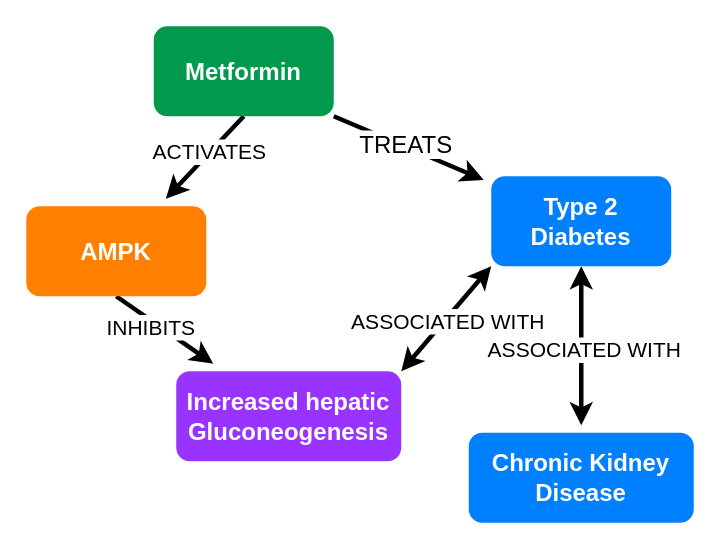
Earlier version of the draw.io diagram page "KG_example" (5 of 5) of presentations/pipeline.drawio (across-stars/draw.io). Source tidied: cells renumbered, new cells numbered last; positions are measured from the earlier drawing's top-left corner, leaving out a move shared by most shapes. Both pictures are drawn from the tidied source at 150%, with x=0, y=0 at pixel (26, 26).
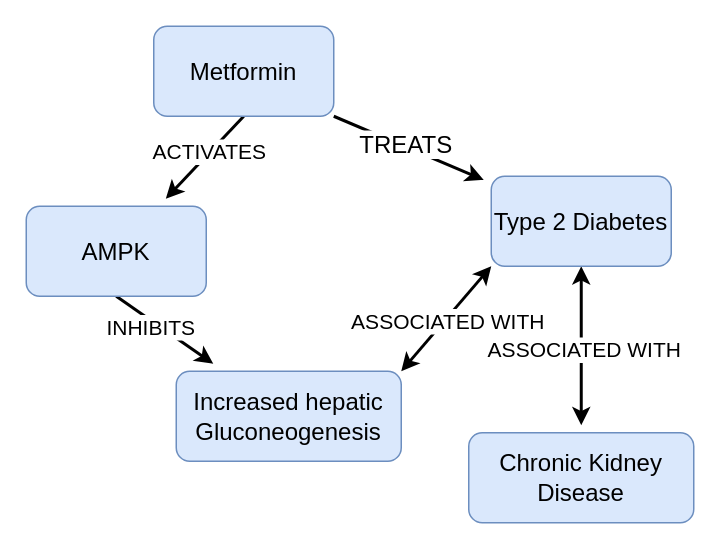
Above is the later version.

Diff of the diagram source:
```diff
@@
 <mxGraphModel>
   <root>
     <mxCell id="0" />
     <mxCell id="1" parent="0" />
-    <mxCell id="2" style="edgeStyle=none;shape=connector;rounded=0;jettySize=auto;html=1;exitX=0.5;exitY=1;exitDx=0;exitDy=0;strokeColor=default;strokeWidth=3;align=center;verticalAlign=middle;fontFamily=Helvetica;fontSize=11;fontColor=default;labelBackgroundColor=default;endArrow=classic;sourcePerimeterSpacing=0;targetPerimeterSpacing=5;" parent="1" edge="1" source="4" target="16">
+    <mxCell id="2" style="edgeStyle=none;shape=connector;rounded=0;jettySize=auto;html=1;exitX=0.5;exitY=1;exitDx=0;exitDy=0;strokeColor=default;strokeWidth=2;align=center;verticalAlign=middle;fontFamily=Helvetica;fontSize=11;fontColor=default;labelBackgroundColor=default;endArrow=classic;sourcePerimeterSpacing=0;targetPerimeterSpacing=5;" parent="1" edge="1" source="4" target="16">
       <mxGeometry relative="1" as="geometry" />
     </mxCell>
     <mxCell id="3" value="&lt;font style=&quot;font-size: 14px;&quot;&gt;INHIBITS&lt;/font&gt;" style="edgeLabel;html=1;align=center;verticalAlign=middle;fontFamily=Helvetica;fontSize=11;fontColor=default;labelBackgroundColor=default;" parent="2" vertex="1">
       <mxGeometry x="-0.31" y="-2" relative="1" as="geometry">
         <mxPoint x="1" y="3" as="offset" />
       </mxGeometry>
     </mxCell>
-    <mxCell id="4" value="&lt;b style=&quot;color: rgb(255, 255, 255);&quot;&gt;&lt;font style=&quot;font-size: 16px;&quot;&gt;AMPK&lt;/font&gt;&lt;/b&gt;" style="rounded=1;whiteSpace=wrap;html=1;fillColor=#FF8000;strokeColor=none;" parent="1" vertex="1">
+    <mxCell id="4" value="&lt;span style=&quot;color: rgb(0, 0, 0);&quot;&gt;&lt;font style=&quot;font-size: 16px;&quot;&gt;AMPK&lt;/font&gt;&lt;/span&gt;" style="rounded=1;whiteSpace=wrap;html=1;fillColor=#dae8fc;strokeColor=#6c8ebf;" parent="1" vertex="1">
       <mxGeometry y="120" width="120" height="60" as="geometry" />
     </mxCell>
-    <mxCell id="5" style="rounded=0;jettySize=auto;html=1;exitX=0.5;exitY=1;exitDx=0;exitDy=0;strokeWidth=3;sourcePerimeterSpacing=0;targetPerimeterSpacing=5;" parent="1" edge="1" source="9" target="4">
+    <mxCell id="5" style="rounded=0;jettySize=auto;html=1;exitX=0.5;exitY=1;exitDx=0;exitDy=0;strokeWidth=2;sourcePerimeterSpacing=0;targetPerimeterSpacing=5;" parent="1" edge="1" source="9" target="4">
       <mxGeometry relative="1" as="geometry" />
     </mxCell>
     <mxCell id="6" value="&lt;font style=&quot;font-size: 14px;&quot;&gt;ACTIVATES&lt;/font&gt;" style="edgeLabel;html=1;align=center;verticalAlign=middle;fontFamily=Helvetica;fontSize=11;fontColor=default;labelBackgroundColor=default;" parent="5" vertex="1">
       <mxGeometry x="-0.1" relative="1" as="geometry">
         <mxPoint y="-1" as="offset" />
       </mxGeometry>
     </mxCell>
-    <mxCell id="7" style="edgeStyle=none;shape=connector;rounded=0;jettySize=auto;html=1;exitX=1;exitY=1;exitDx=0;exitDy=0;strokeColor=default;strokeWidth=3;align=center;verticalAlign=middle;fontFamily=Helvetica;fontSize=11;fontColor=default;labelBackgroundColor=default;endArrow=classic;sourcePerimeterSpacing=0;targetPerimeterSpacing=5;" parent="1" edge="1" source="9" target="12">
+    <mxCell id="7" style="edgeStyle=none;shape=connector;rounded=0;jettySize=auto;html=1;exitX=1;exitY=1;exitDx=0;exitDy=0;strokeColor=default;strokeWidth=2;align=center;verticalAlign=middle;fontFamily=Helvetica;fontSize=11;fontColor=default;labelBackgroundColor=default;endArrow=classic;sourcePerimeterSpacing=0;targetPerimeterSpacing=5;jumpSize=6;" parent="1" edge="1" source="9" target="12">
       <mxGeometry relative="1" as="geometry" />
     </mxCell>
     <mxCell id="8" value="&lt;font style=&quot;font-size: 16px;&quot;&gt;TREATS&lt;/font&gt;" style="edgeLabel;html=1;align=center;verticalAlign=middle;fontFamily=Helvetica;fontSize=11;fontColor=default;labelBackgroundColor=default;" parent="7" vertex="1">
       <mxGeometry x="0.14" y="1" relative="1" as="geometry">
         <mxPoint x="-10" y="-5" as="offset" />
       </mxGeometry>
     </mxCell>
-    <mxCell id="9" value="&lt;b style=&quot;color: rgb(255, 255, 255);&quot;&gt;&lt;font style=&quot;font-size: 16px;&quot;&gt;Metformin&lt;/font&gt;&lt;/b&gt;" style="rounded=1;whiteSpace=wrap;html=1;fillColor=#00994D;strokeColor=none;" parent="1" vertex="1">
+    <mxCell id="9" value="&lt;span style=&quot;color: rgb(0, 0, 0);&quot;&gt;&lt;font style=&quot;font-size: 16px;&quot;&gt;Metformin&lt;/font&gt;&lt;/span&gt;" style="rounded=1;whiteSpace=wrap;html=1;fillColor=#dae8fc;strokeColor=#6c8ebf;" parent="1" vertex="1">
       <mxGeometry x="85" width="120" height="60" as="geometry" />
     </mxCell>
-    <mxCell id="10" style="edgeStyle=none;shape=connector;rounded=0;jettySize=auto;html=1;exitX=0.5;exitY=1;exitDx=0;exitDy=0;strokeColor=default;strokeWidth=3;align=center;verticalAlign=middle;fontFamily=Helvetica;fontSize=11;fontColor=default;labelBackgroundColor=default;endArrow=classic;sourcePerimeterSpacing=0;targetPerimeterSpacing=5;startArrow=classic;startFill=1;" parent="1" edge="1" source="12" target="13">
+    <mxCell id="10" style="edgeStyle=none;shape=connector;rounded=0;jettySize=auto;html=1;exitX=0.5;exitY=1;exitDx=0;exitDy=0;strokeColor=default;strokeWidth=2;align=center;verticalAlign=middle;fontFamily=Helvetica;fontSize=11;fontColor=default;labelBackgroundColor=default;endArrow=classic;sourcePerimeterSpacing=0;targetPerimeterSpacing=5;startArrow=classic;startFill=1;" parent="1" edge="1" source="12" target="13">
       <mxGeometry relative="1" as="geometry" />
     </mxCell>
     <mxCell id="11" value="&lt;font style=&quot;font-size: 14px;&quot;&gt;ASSOCIATED WITH&lt;/font&gt;" style="edgeLabel;html=1;align=center;verticalAlign=middle;fontFamily=Helvetica;fontSize=11;fontColor=default;labelBackgroundColor=default;" parent="10" vertex="1">
       <mxGeometry x="-0.16" y="1" relative="1" as="geometry">
         <mxPoint y="10" as="offset" />
       </mxGeometry>
     </mxCell>
-    <mxCell id="12" value="&lt;b style=&quot;color: rgb(255, 255, 255);&quot;&gt;&lt;font style=&quot;font-size: 16px;&quot;&gt;Type 2 Diabetes&lt;/font&gt;&lt;/b&gt;" style="rounded=1;whiteSpace=wrap;html=1;fillColor=#007FFF;strokeColor=none;" parent="1" vertex="1">
+    <mxCell id="12" value="&lt;span style=&quot;color: rgb(0, 0, 0);&quot;&gt;&lt;font style=&quot;font-size: 16px;&quot;&gt;Type 2 Diabetes&lt;/font&gt;&lt;/span&gt;" style="rounded=1;whiteSpace=wrap;html=1;fillColor=#dae8fc;strokeColor=#6c8ebf;" parent="1" vertex="1">
       <mxGeometry x="310" y="100" width="120" height="60" as="geometry" />
     </mxCell>
-    <mxCell id="13" value="&lt;b style=&quot;color: rgb(255, 255, 255);&quot;&gt;&lt;font style=&quot;font-size: 16px;&quot;&gt;Chronic Kidney Disease&lt;/font&gt;&lt;/b&gt;" style="rounded=1;whiteSpace=wrap;html=1;fillColor=#007FFF;strokeColor=none;" parent="1" vertex="1">
+    <mxCell id="13" value="&lt;span style=&quot;color: rgb(0, 0, 0);&quot;&gt;&lt;font style=&quot;font-size: 16px;&quot;&gt;Chronic Kidney Disease&lt;/font&gt;&lt;/span&gt;" style="rounded=1;whiteSpace=wrap;html=1;fillColor=#dae8fc;strokeColor=#6c8ebf;" parent="1" vertex="1">
       <mxGeometry x="295" y="271" width="150" height="60" as="geometry" />
     </mxCell>
-    <mxCell id="14" style="edgeStyle=none;shape=connector;rounded=0;jettySize=auto;html=1;exitX=1;exitY=0;exitDx=0;exitDy=0;entryX=0;entryY=1;entryDx=0;entryDy=0;strokeColor=default;strokeWidth=3;align=center;verticalAlign=middle;fontFamily=Helvetica;fontSize=11;fontColor=default;labelBackgroundColor=default;endArrow=classic;sourcePerimeterSpacing=0;targetPerimeterSpacing=5;startArrow=classic;startFill=1;" parent="1" edge="1" source="16" target="12">
+    <mxCell id="14" style="edgeStyle=none;shape=connector;rounded=0;jettySize=auto;html=1;exitX=1;exitY=0;exitDx=0;exitDy=0;entryX=0;entryY=1;entryDx=0;entryDy=0;strokeColor=default;strokeWidth=2;align=center;verticalAlign=middle;fontFamily=Helvetica;fontSize=11;fontColor=default;labelBackgroundColor=default;endArrow=classic;sourcePerimeterSpacing=0;targetPerimeterSpacing=5;startArrow=classic;startFill=1;" parent="1" edge="1" source="16" target="12">
       <mxGeometry relative="1" as="geometry" />
     </mxCell>
     <mxCell id="15" value="&lt;span style=&quot;font-size: 14px;&quot;&gt;ASSOCIATED WITH&lt;/span&gt;" style="edgeLabel;html=1;align=center;verticalAlign=middle;fontFamily=Helvetica;fontSize=11;fontColor=default;labelBackgroundColor=default;" parent="14" vertex="1">
       <mxGeometry x="-0.02" y="-1" relative="1" as="geometry" />
     </mxCell>
-    <mxCell id="16" value="&lt;div&gt;&lt;b style=&quot;color: rgb(255, 255, 255);&quot;&gt;&lt;font style=&quot;font-size: 16px;&quot;&gt;Increased hepatic&lt;/font&gt;&lt;/b&gt;&lt;/div&gt;&lt;b style=&quot;color: rgb(255, 255, 255);&quot;&gt;&lt;font style=&quot;font-size: 16px;&quot;&gt;Gluconeogenesis&lt;/font&gt;&lt;/b&gt;" style="rounded=1;whiteSpace=wrap;html=1;fillColor=#9933FF;strokeColor=none;" parent="1" vertex="1">
+    <mxCell id="16" value="&lt;div&gt;&lt;span&gt;&lt;font style=&quot;font-size: 16px;&quot;&gt;Increased hepatic&lt;/font&gt;&lt;/span&gt;&lt;/div&gt;&lt;span&gt;&lt;font style=&quot;font-size: 16px;&quot;&gt;Gluconeogenesis&lt;/font&gt;&lt;/span&gt;" style="rounded=1;whiteSpace=wrap;html=1;fillColor=#dae8fc;strokeColor=#6c8ebf;" parent="1" vertex="1">
       <mxGeometry x="100" y="230" width="150" height="60" as="geometry" />
     </mxCell>
   </root>
 </mxGraphModel>
```
